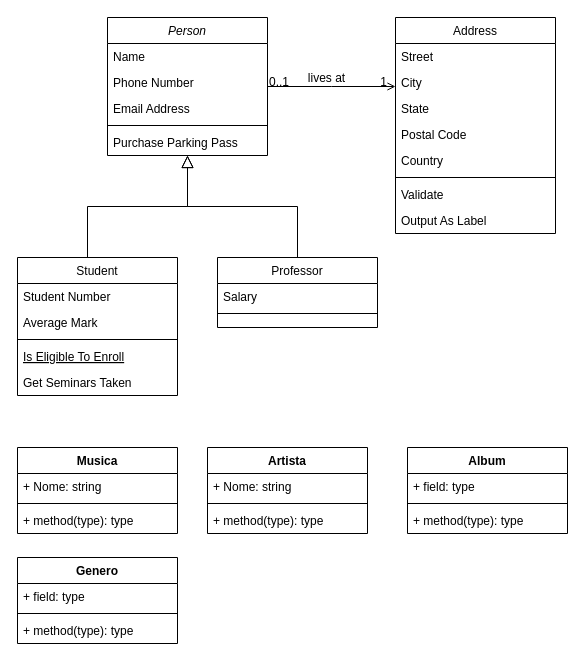
The draw.io diagram models.drawio in samorysundjata/Jukebox, before the edit. Source tidied: cells renumbered, new cells numbered last; positions are measured from the earlier drawing's top-left corner, leaving out a move shared by most shapes. Both pictures are drawn from the tidied source at 100%, with x=0, y=0 at pixel (17, 17).
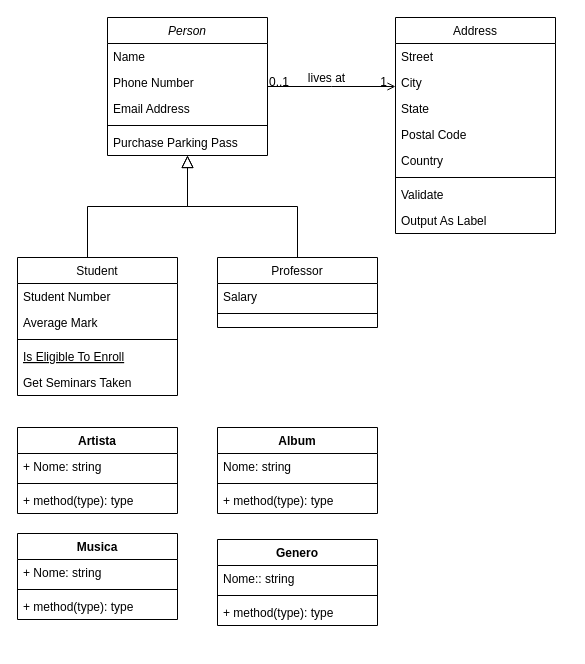
After the change.

Commit message:
atributo nome

Change to the diagram source:
```diff
@@
     <mxCell id="32" value="Musica&#10;" style="swimlane;fontStyle=1;align=center;verticalAlign=top;horizontal=1;startSize=26;" parent="1" vertex="1">
-      <mxGeometry y="430" width="160" height="86" as="geometry" />
+      <mxGeometry y="516" width="160" height="86" as="geometry" />
     </mxCell>
@@
     <mxCell id="36" value="Artista&#10;" style="swimlane;fontStyle=1;align=center;verticalAlign=top;horizontal=1;startSize=26;" parent="1" vertex="1">
-      <mxGeometry x="190" y="430" width="160" height="86" as="geometry" />
+      <mxGeometry y="410" width="160" height="86" as="geometry" />
     </mxCell>
@@
     <mxCell id="40" value="Genero" style="swimlane;fontStyle=1;align=center;verticalAlign=top;horizontal=1;startSize=26;" parent="1" vertex="1">
-      <mxGeometry y="540" width="160" height="86" as="geometry" />
+      <mxGeometry x="200" y="522" width="160" height="86" as="geometry" />
     </mxCell>
-    <mxCell id="41" value="+ field: type" style="text;strokeColor=none;fillColor=none;align=left;verticalAlign=top;spacingLeft=4;spacingRight=4;overflow=hidden;" parent="40" vertex="1">
+    <mxCell id="41" value="Nome:: string" style="text;strokeColor=none;fillColor=none;align=left;verticalAlign=top;spacingLeft=4;spacingRight=4;overflow=hidden;" parent="40" vertex="1">
       <mxGeometry y="26" width="160" height="26" as="geometry" />
     </mxCell>
@@
     <mxCell id="44" value="Album" style="swimlane;fontStyle=1;align=center;verticalAlign=top;horizontal=1;startSize=26;" parent="1" vertex="1">
-      <mxGeometry x="390" y="430" width="160" height="86" as="geometry" />
+      <mxGeometry x="200" y="410" width="160" height="86" as="geometry" />
     </mxCell>
-    <mxCell id="45" value="+ field: type" style="text;strokeColor=none;fillColor=none;align=left;verticalAlign=top;spacingLeft=4;spacingRight=4;overflow=hidden;" parent="44" vertex="1">
+    <mxCell id="45" value="Nome: string" style="text;strokeColor=none;fillColor=none;align=left;verticalAlign=top;spacingLeft=4;spacingRight=4;overflow=hidden;" parent="44" vertex="1">
       <mxGeometry y="26" width="160" height="26" as="geometry" />
     </mxCell>
```
